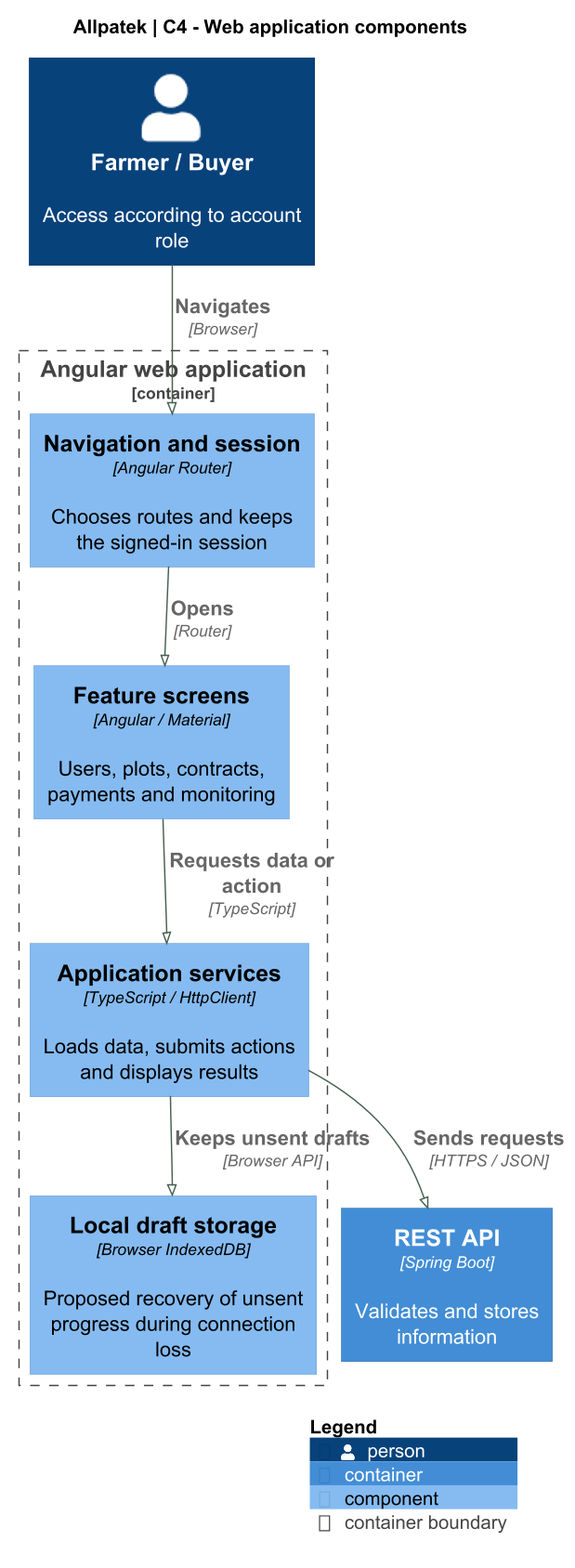
Before: assets/chapter-04/architecture/05-web-components.png, a diagram exported from PlantUML (upc-pre-202620-1asi0729-7753-Terranova/allpatek-report).
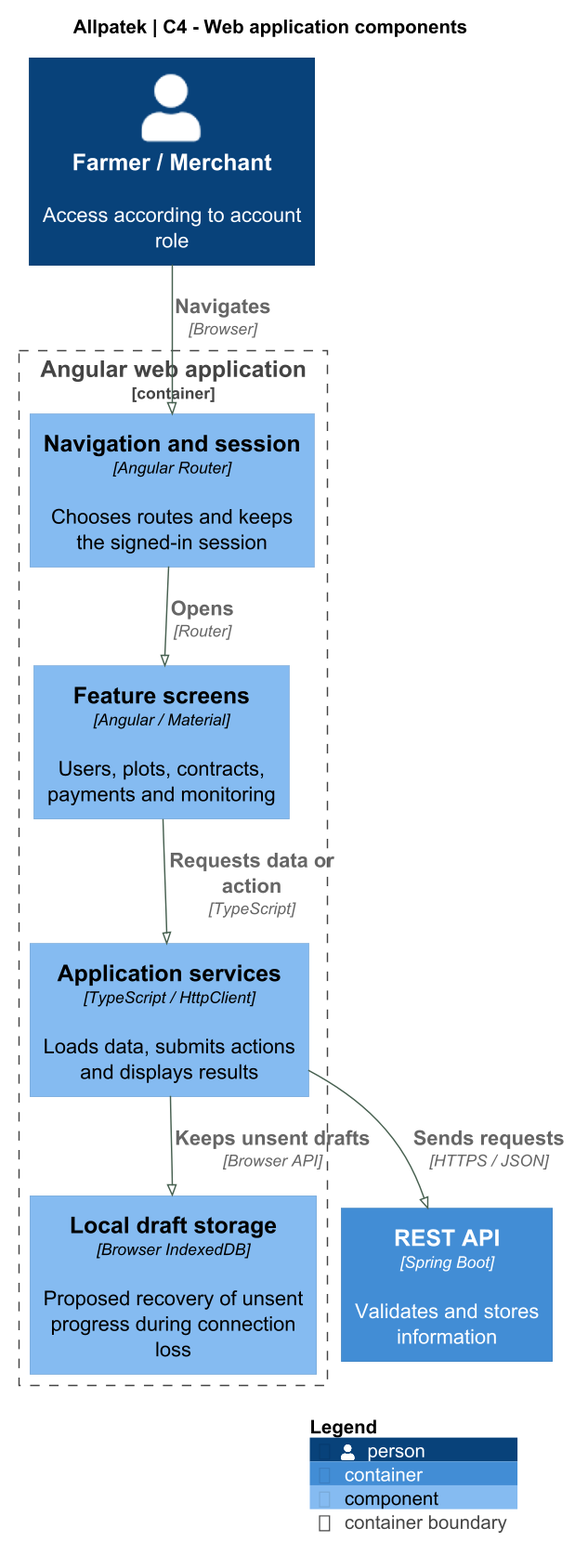
The same diagram one commit later.

The edit, as a diff of the source:
```diff
@@ -11,7 +11,7 @@
 title Allpatek | C4 - Web application components
 
 LAYOUT_TOP_DOWN()
-Person(user,"Farmer / Buyer","Access according to account role")
+Person(user,"Farmer / Merchant","Access according to account role")
 Container_Boundary(web,"Angular web application") {
  Component(nav,"Navigation and session","Angular Router","Chooses routes and keeps the signed-in session")
  Component(views,"Feature screens","Angular / Material","Users, plots, contracts, payments and monitoring")
```
